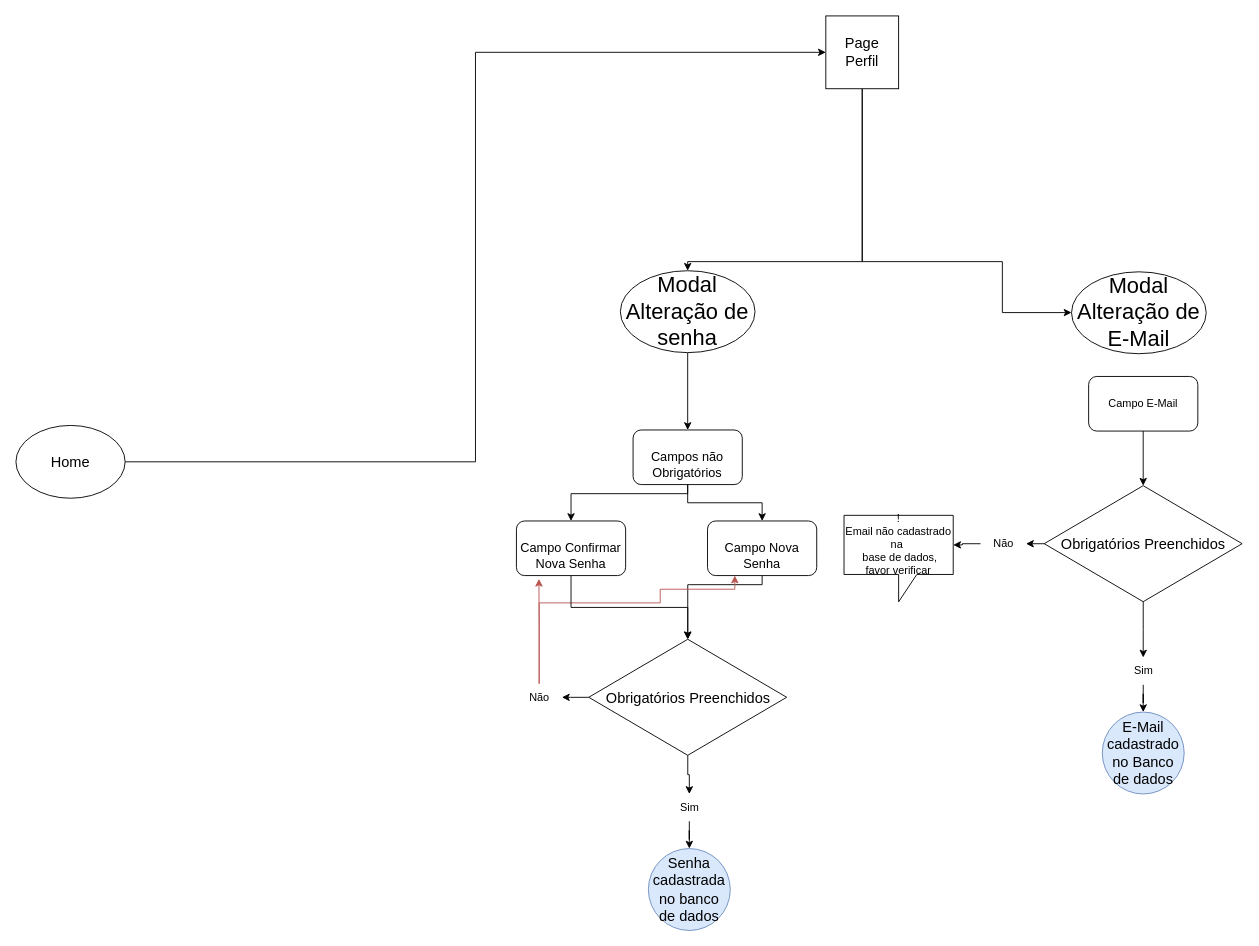
This is page "Home perfil" (3 of 5) of Novoteste.drawio from gabrimota/Diagramas, a draw.io file, before an edit. Source tidied: cells renumbered, new cells numbered last; positions are measured from the earlier drawing's top-left corner, leaving out a move shared by most shapes. Both pictures are drawn from the tidied source at 91%, with x=0, y=0 at pixel (15, 15).
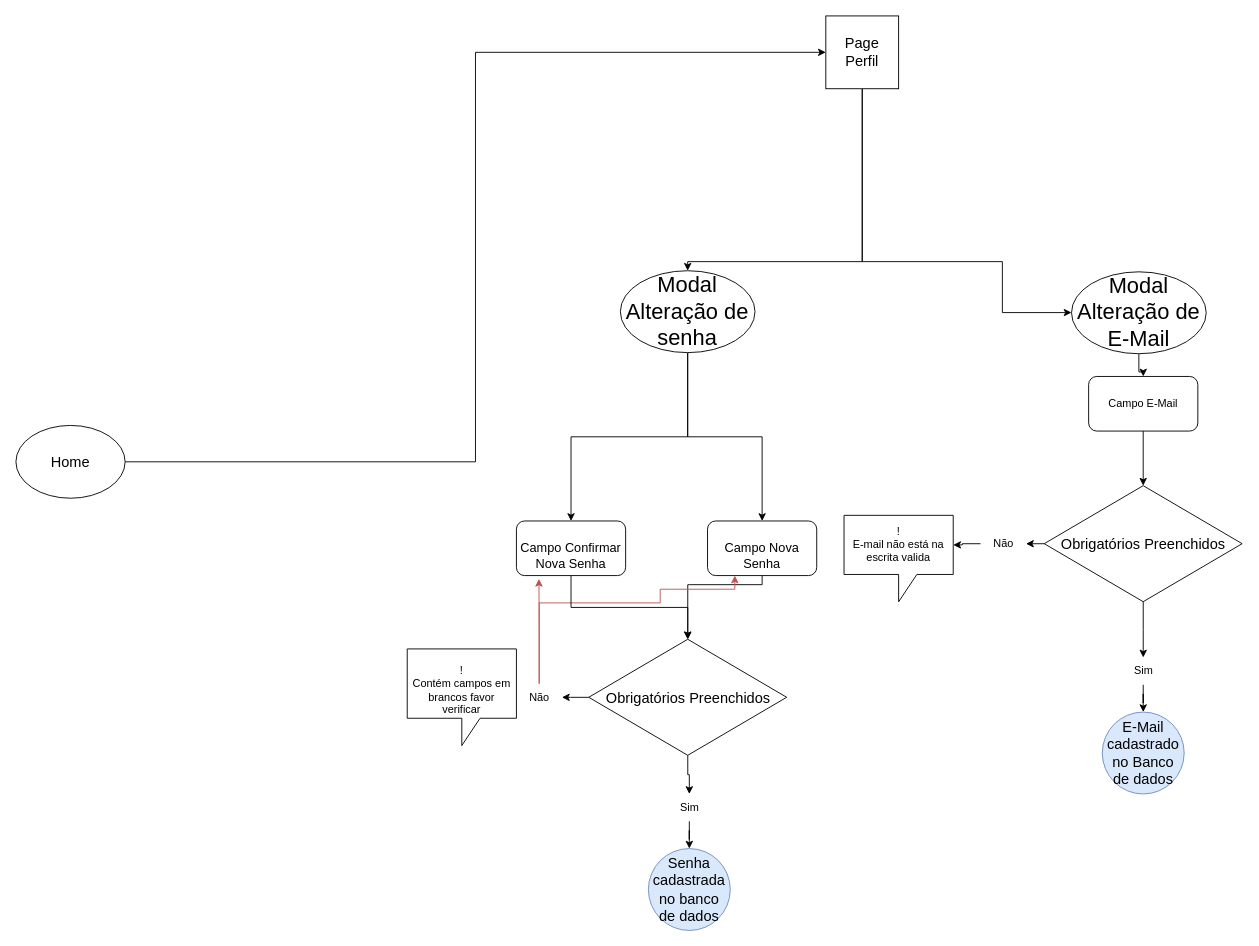
The same page after the edit.

The change refers to these unchanged cells:
```xml
<mxCell id="8" value="&lt;font style=&quot;font-size: 24px;&quot;&gt;Modal&lt;br&gt;Alteração de senha&lt;br&gt;&lt;/font&gt;" style="ellipse;whiteSpace=wrap;html=1;" parent="1" vertex="1">
  <mxGeometry x="664.2" y="280" width="148" height="90" as="geometry" />
</mxCell>
<mxCell id="13" value="&lt;font style=&quot;font-size: 14px;&quot;&gt;&lt;br&gt;Campo Nova Senha&lt;/font&gt;" style="rounded=1;whiteSpace=wrap;html=1;" parent="1" vertex="1">
  <mxGeometry x="760" y="555" width="120" height="60" as="geometry" />
</mxCell>
<mxCell id="23" value="&lt;font style=&quot;font-size: 14px;&quot;&gt;&lt;br&gt;Campo Confirmar Nova Senha&lt;/font&gt;" style="rounded=1;whiteSpace=wrap;html=1;" parent="1" vertex="1">
  <mxGeometry x="550" y="555" width="120" height="60" as="geometry" />
</mxCell>
<mxCell id="25" value="&lt;font style=&quot;font-size: 24px;&quot;&gt;Modal &lt;br&gt;Alteração de E-Mail&lt;br&gt;&lt;/font&gt;" style="ellipse;whiteSpace=wrap;html=1;" parent="1" vertex="1">
  <mxGeometry x="1160" y="281.2" width="148" height="90" as="geometry" />
</mxCell>
<mxCell id="27" value="Campo E-Mail" style="rounded=1;whiteSpace=wrap;html=1;" parent="1" vertex="1">
  <mxGeometry x="1178.8" y="396.2" width="120" height="60" as="geometry" />
</mxCell>
```

Change to the diagram source:
```diff
@@
-    <mxCell id="7" style="edgeStyle=orthogonalEdgeStyle;rounded=0;jettySize=auto;html=1;entryX=0.5;entryY=0;entryDx=0;entryDy=0;" parent="1" edge="1" source="8" target="11">
-      <mxGeometry relative="1" as="geometry" />
-    </mxCell>
+    <mxCell id="37" style="edgeStyle=orthogonalEdgeStyle;rounded=0;jettySize=auto;html=1;entryX=0.5;entryY=0;entryDx=0;entryDy=0;" parent="1" edge="1" source="8" target="23">
+      <mxGeometry relative="1" as="geometry" />
+    </mxCell>
+    <mxCell id="38" style="edgeStyle=orthogonalEdgeStyle;rounded=0;jettySize=auto;html=1;entryX=0.5;entryY=0;entryDx=0;entryDy=0;" parent="1" edge="1" source="8" target="13">
+      <mxGeometry relative="1" as="geometry" />
+    </mxCell>
@@
-    <mxCell id="9" style="edgeStyle=orthogonalEdgeStyle;rounded=0;jettySize=auto;html=1;entryX=0.5;entryY=0;entryDx=0;entryDy=0;" parent="1" edge="1" source="11" target="23">
-      <mxGeometry relative="1" as="geometry">
-        <Array as="points">
-          <mxPoint x="738" y="525" />
-          <mxPoint x="610" y="525" />
-        </Array>
-      </mxGeometry>
-    </mxCell>
-    <mxCell id="10" style="edgeStyle=orthogonalEdgeStyle;rounded=0;jettySize=auto;html=1;entryX=0.5;entryY=0;entryDx=0;entryDy=0;" parent="1" edge="1" source="11" target="13">
-      <mxGeometry relative="1" as="geometry" />
-    </mxCell>
-    <mxCell id="11" value="&lt;font style=&quot;font-size: 14px;&quot;&gt;&lt;br&gt;Campos não Obrigatórios&lt;/font&gt;" style="rounded=1;whiteSpace=wrap;html=1;" parent="1" vertex="1">
-      <mxGeometry x="678.2" y="455" width="120" height="60" as="geometry" />
-    </mxCell>
@@
+    <mxCell id="39" style="edgeStyle=orthogonalEdgeStyle;rounded=0;jettySize=auto;html=1;entryX=0.5;entryY=0;entryDx=0;entryDy=0;" parent="1" edge="1" source="25" target="27">
+      <mxGeometry relative="1" as="geometry" />
+    </mxCell>
@@
-    <mxCell id="35" value="&lt;font style=&quot;border-color: var(--border-color);&quot;&gt;!&lt;br style=&quot;border-color: var(--border-color);&quot;&gt;&lt;/font&gt;&lt;font style=&quot;border-color: var(--border-color);&quot;&gt;Email não cadastrado na&amp;nbsp;&lt;br style=&quot;border-color: var(--border-color);&quot;&gt;&amp;nbsp;base de dados,&lt;br style=&quot;border-color: var(--border-color);&quot;&gt;favor verificar&lt;/font&gt;" style="shape=callout;whiteSpace=wrap;html=1;perimeter=calloutPerimeter;" parent="1" vertex="1">
+    <mxCell id="35" value="&lt;font style=&quot;border-color: var(--border-color);&quot;&gt;!&lt;br style=&quot;border-color: var(--border-color);&quot;&gt;&lt;/font&gt;&lt;font style=&quot;border-color: var(--border-color);&quot;&gt;E-mail não está na escrita valida&lt;/font&gt;" style="shape=callout;whiteSpace=wrap;html=1;perimeter=calloutPerimeter;" parent="1" vertex="1">
       <mxGeometry x="910" y="548.8" width="120" height="95" as="geometry" />
     </mxCell>
@@
+    <mxCell id="40" value="&lt;br&gt;!&lt;br&gt;Contém campos em brancos favor verificar" style="shape=callout;whiteSpace=wrap;html=1;perimeter=calloutPerimeter;" parent="1" vertex="1">
+      <mxGeometry x="430" y="695.6" width="120" height="106.2" as="geometry" />
+    </mxCell>
```
